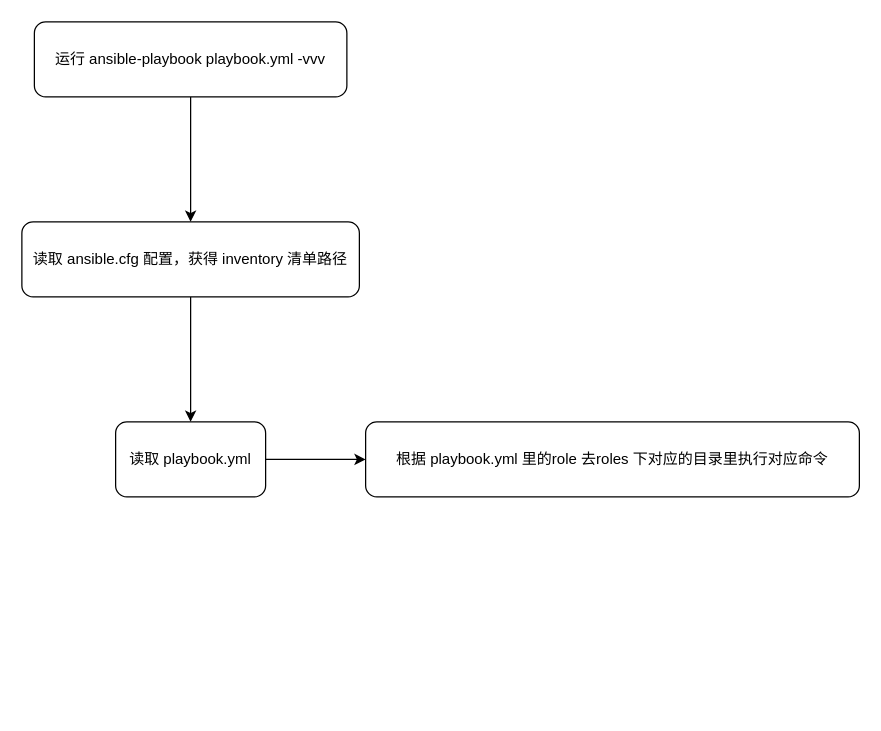
ruandao/distribute-im-gateway keeps this draw.io diagram as deploy/ansible-playbooks/README.drawio. Above is the earlier version. Source tidied: cells renumbered, new cells numbered last; positions are measured from the earlier drawing's top-left corner, leaving out a move shared by most shapes. Both pictures are drawn from the tidied source at 125%, with x=0, y=0 at pixel (21, 21).
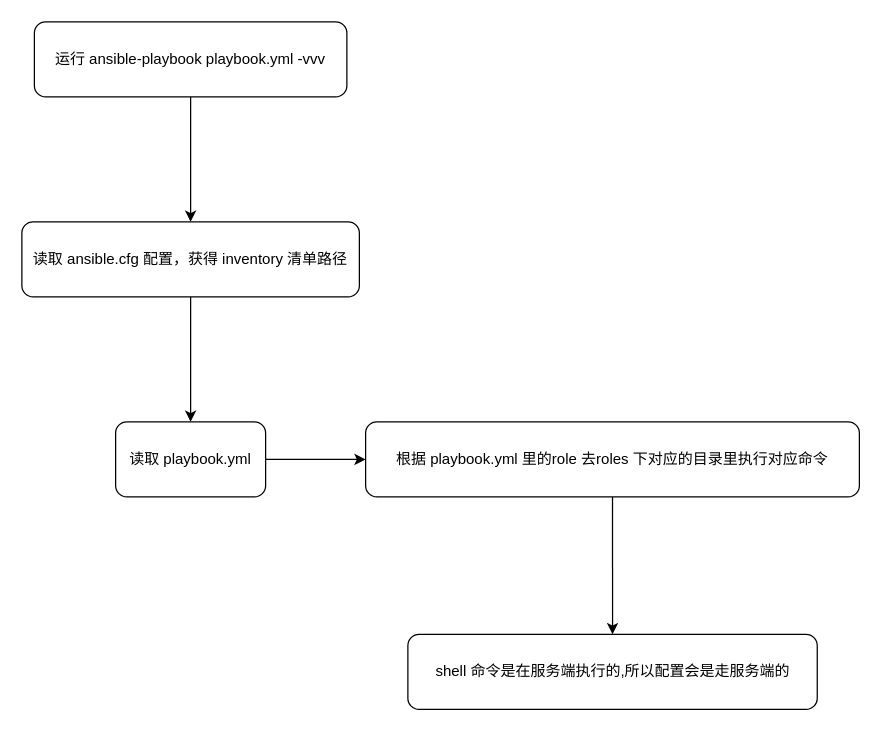
The same page after the edit.

Change to the diagram source:
```diff
@@
 <mxGraphModel>
   <root>
     <mxCell id="0" />
     <mxCell id="1" parent="0" />
     <mxCell id="2" style="edgeStyle=none;html=1;" parent="1" edge="1" source="3" target="5">
       <mxGeometry relative="1" as="geometry" />
     </mxCell>
     <mxCell id="3" value="运行 ansible-playbook playbook.yml -vvv" style="rounded=1;whiteSpace=wrap;html=1;" parent="1" vertex="1">
       <mxGeometry x="10" width="250" height="60" as="geometry" />
     </mxCell>
     <mxCell id="4" style="edgeStyle=none;html=1;" parent="1" edge="1" source="5" target="7">
       <mxGeometry relative="1" as="geometry" />
     </mxCell>
     <mxCell id="5" value="读取 ansible.cfg 配置，获得 inventory 清单路径" style="rounded=1;whiteSpace=wrap;html=1;" parent="1" vertex="1">
       <mxGeometry y="160" width="270" height="60" as="geometry" />
     </mxCell>
     <mxCell id="6" style="edgeStyle=none;html=1;" parent="1" edge="1" source="7" target="8">
       <mxGeometry relative="1" as="geometry" />
     </mxCell>
     <mxCell id="7" value="读取 playbook.yml" style="rounded=1;whiteSpace=wrap;html=1;" parent="1" vertex="1">
       <mxGeometry x="75" y="320" width="120" height="60" as="geometry" />
     </mxCell>
+    <mxCell id="9" style="edgeStyle=none;html=1;" parent="1" edge="1" source="8" target="10">
+      <mxGeometry relative="1" as="geometry" />
+    </mxCell>
     <mxCell id="8" value="根据 playbook.yml 里的role 去roles 下对应的目录里执行对应命令" style="whiteSpace=wrap;html=1;rounded=1;" parent="1" vertex="1">
       <mxGeometry x="275" y="320" width="395" height="60" as="geometry" />
     </mxCell>
+    <mxCell id="10" value="shell 命令是在服务端执行的,所以配置会是走服务端的" style="rounded=1;whiteSpace=wrap;html=1;" parent="1" vertex="1">
+      <mxGeometry x="308.8" y="490" width="327.5" height="60" as="geometry" />
+    </mxCell>
   </root>
 </mxGraphModel>
```
